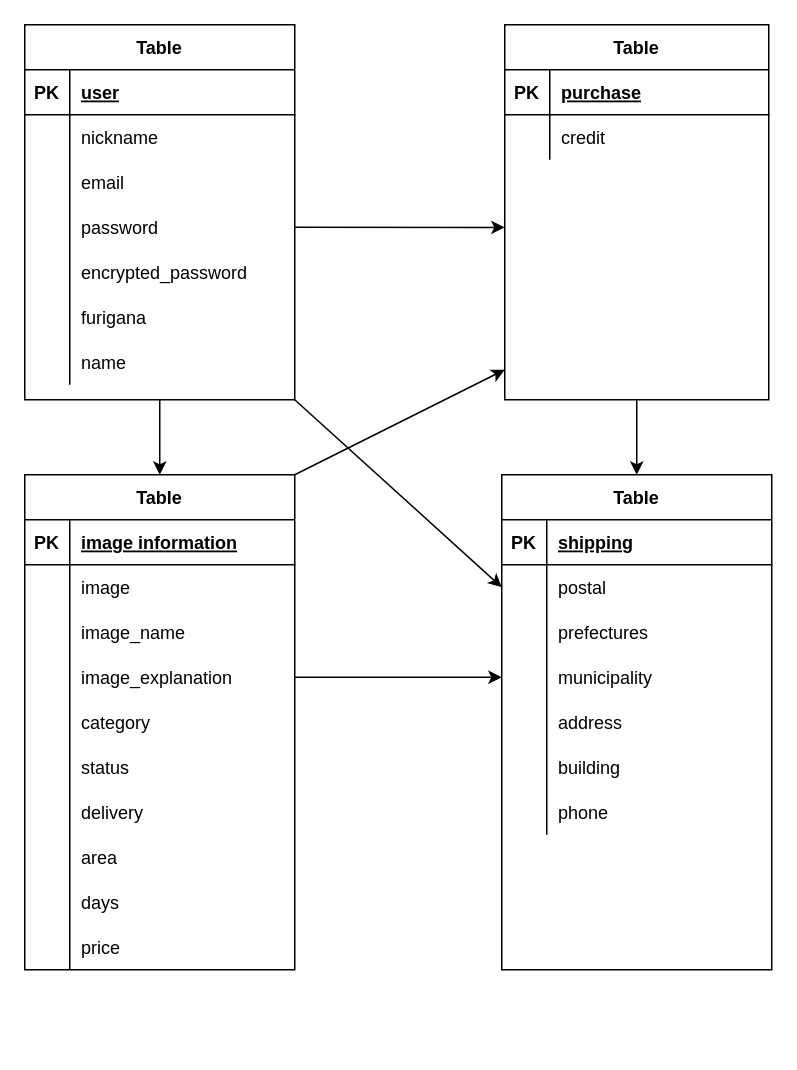
syumpei1997/furima-36707 keeps this draw.io diagram as furima.dio. Above is the earlier version. Source tidied: cells renumbered, new cells numbered last; positions are measured from the earlier drawing's top-left corner, leaving out a move shared by most shapes. Both pictures are drawn from the tidied source at 150%, with x=0, y=0 at pixel (24, 24).
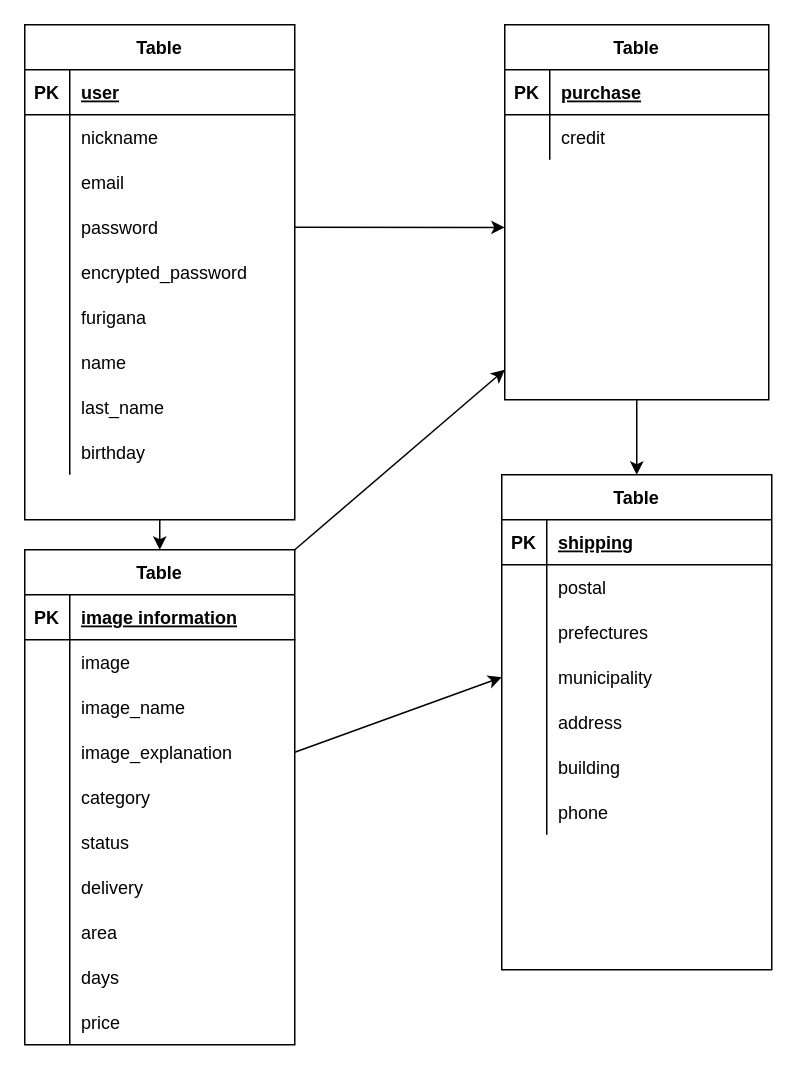
The same page after the edit.

Commit message (it also covers changes not shown here):
データベース設計再提出

Unchanged cells that the change refers to:
```xml
<mxCell id="70" style="shape=partialRectangle;fillColor=none;top=0;left=0;bottom=0;right=0;points=[[0,0.5],[1,0.5]];portConstraint=eastwest;" parent="66" vertex="1">
  <mxGeometry y="60" width="180" height="30" as="geometry" />
</mxCell>
```

The edit, as a diff of the source:
```diff
@@
-    <mxCell id="3" style="edgeStyle=none;html=1;exitX=1;exitY=1;exitDx=0;exitDy=0;entryX=0;entryY=0.5;entryDx=0;entryDy=0;" parent="1" edge="1" source="4" target="70">
-      <mxGeometry relative="1" as="geometry" />
-    </mxCell>
     <mxCell id="4" value="Table" style="shape=table;startSize=30;childLayout=tableLayout;rowLines=0;fontStyle=1;align=center;shadow=0;" parent="1" vertex="1">
-      <mxGeometry width="180" height="250" as="geometry" />
+      <mxGeometry width="180" height="330" as="geometry" />
     </mxCell>
@@
+    <mxCell id="90" style="shape=partialRectangle;fillColor=none;top=0;left=0;bottom=0;right=0;" parent="4" vertex="1">
+      <mxGeometry y="240" width="180" height="30" as="geometry" />
+    </mxCell>
+    <mxCell id="91" style="shape=partialRectangle;fillColor=none;top=0;left=0;bottom=0;right=0;overflow=hidden;" parent="90" vertex="1">
+      <mxGeometry width="30" height="30" as="geometry" />
+    </mxCell>
+    <mxCell id="92" value="last_name" style="shape=partialRectangle;fillColor=none;top=0;left=0;bottom=0;right=0;align=left;spacingLeft=6;overflow=hidden;" parent="90" vertex="1">
+      <mxGeometry x="30" width="150" height="30" as="geometry" />
+    </mxCell>
+    <mxCell id="93" style="shape=partialRectangle;fillColor=none;top=0;left=0;bottom=0;right=0;" parent="4" vertex="1">
+      <mxGeometry y="270" width="180" height="30" as="geometry" />
+    </mxCell>
+    <mxCell id="94" style="shape=partialRectangle;fillColor=none;top=0;left=0;bottom=0;right=0;overflow=hidden;" parent="93" vertex="1">
+      <mxGeometry width="30" height="30" as="geometry" />
+    </mxCell>
+    <mxCell id="95" value="birthday" style="shape=partialRectangle;fillColor=none;top=0;left=0;bottom=0;right=0;align=left;spacingLeft=6;overflow=hidden;" parent="93" vertex="1">
+      <mxGeometry x="30" width="150" height="30" as="geometry" />
+    </mxCell>
@@
     <mxCell id="35" value="Table" style="shape=table;startSize=30;childLayout=tableLayout;rowLines=0;fontStyle=1;align=center;html=0;" parent="1" vertex="1">
-      <mxGeometry y="300" width="180" height="330" as="geometry" />
+      <mxGeometry y="350" width="180" height="330" as="geometry" />
     </mxCell>
```
